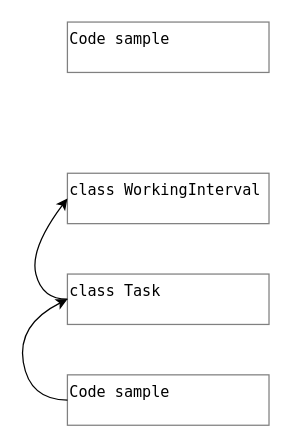
Roman-Tarasiuk/Work-Tracking keeps this draw.io diagram as ClassRelations.drawio. Above is the earlier version. Source tidied: cells renumbered, new cells numbered last; positions are measured from the earlier drawing's top-left corner, leaving out a move shared by most shapes. Both pictures are drawn from the tidied source at 126%, with x=0, y=0 at pixel (16, 21).
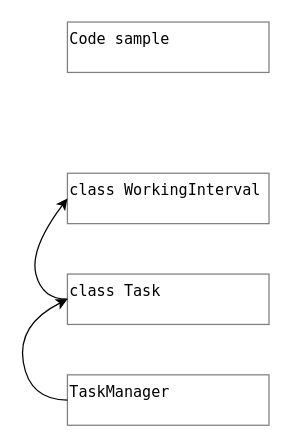
The same diagram, later.

Change to the diagram source:
```diff
@@
 <mxGraphModel>
   <root>
     <mxCell id="0" />
     <mxCell id="1" parent="0" />
     <mxCell id="2" value="Code sample" style="text;html=1;fillColor=none;align=left;verticalAlign=top;whiteSpace=wrap;rounded=0;strokeColor=#808080;fontFamily=Lucida Console;" parent="1" vertex="1">
       <mxGeometry x="40" width="160" height="40" as="geometry" />
     </mxCell>
     <mxCell id="3" value="class WorkingInterval" style="text;html=1;fillColor=none;align=left;verticalAlign=top;whiteSpace=wrap;rounded=0;strokeColor=#808080;fontFamily=Lucida Console;" parent="1" vertex="1">
       <mxGeometry x="40" y="120" width="160" height="40" as="geometry" />
     </mxCell>
     <mxCell id="4" value="class Task" style="text;html=1;fillColor=none;align=left;verticalAlign=top;whiteSpace=wrap;rounded=0;strokeColor=#808080;fontFamily=Lucida Console;" parent="1" vertex="1">
       <mxGeometry x="40" y="200" width="160" height="40" as="geometry" />
     </mxCell>
     <mxCell id="5" style="curved=1;endArrow=classic;html=1;fontFamily=Lucida Console;exitX=0;exitY=0.5;exitDx=0;exitDy=0;entryX=0;entryY=0.5;entryDx=0;entryDy=0;" parent="1" edge="1" source="4" target="3">
       <mxGeometry relative="1" as="geometry">
         <Array as="points">
           <mxPoint x="20" y="220" />
           <mxPoint x="10" y="180" />
         </Array>
       </mxGeometry>
     </mxCell>
-    <mxCell id="6" value="Code sample" style="text;html=1;fillColor=none;align=left;verticalAlign=top;whiteSpace=wrap;rounded=0;strokeColor=#808080;fontFamily=Lucida Console;" parent="1" vertex="1">
+    <mxCell id="6" value="TaskManager" style="text;html=1;fillColor=none;align=left;verticalAlign=top;whiteSpace=wrap;rounded=0;strokeColor=#808080;fontFamily=Lucida Console;" parent="1" vertex="1">
       <mxGeometry x="40" y="280" width="160" height="40" as="geometry" />
     </mxCell>
     <mxCell id="7" style="curved=1;endArrow=classic;html=1;fontFamily=Lucida Console;exitX=0;exitY=0.5;exitDx=0;exitDy=0;entryX=0;entryY=0.5;entryDx=0;entryDy=0;" parent="1" edge="1" source="6" target="4">
       <mxGeometry relative="1" as="geometry">
         <Array as="points">
           <mxPoint x="10" y="300" />
           <mxPoint y="240" />
         </Array>
       </mxGeometry>
     </mxCell>
   </root>
 </mxGraphModel>
```
